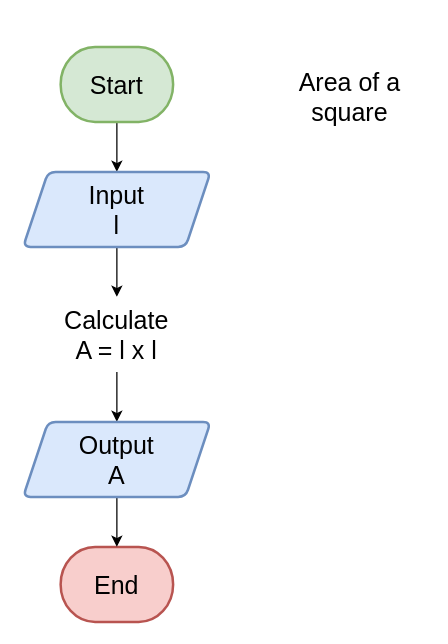
Above: docs/flowcharts/drawio_files/process/area_square.drawio in gmc-code/PC-algorithms (draw.io), before the change. Source tidied: cells renumbered, new cells numbered last; positions are measured from the earlier drawing's top-left corner, leaving out a move shared by most shapes. Both pictures are drawn from the tidied source at 125%, with x=0, y=0 at pixel (22, 21).
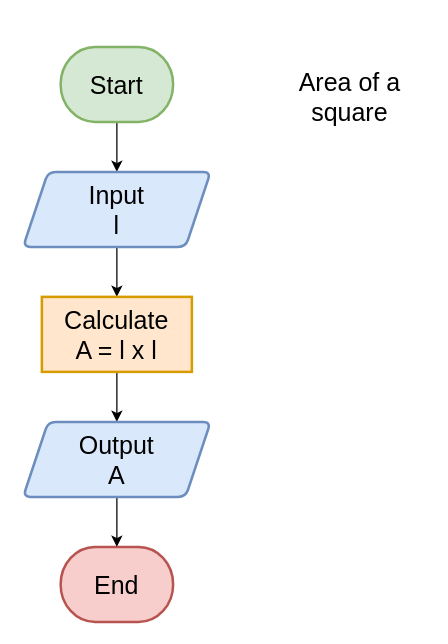
Above is the later version.

What changed in the source:
```diff
@@
 <mxGraphModel>
   <root>
     <mxCell id="0" />
     <mxCell id="1" parent="0" />
     <mxCell id="2" style="edgeStyle=orthogonalEdgeStyle;rounded=0;jettySize=auto;html=1;" parent="1" edge="1" source="3" target="7">
       <mxGeometry relative="1" as="geometry" />
     </mxCell>
     <mxCell id="3" value="&lt;font style=&quot;font-size: 20px;&quot;&gt;Start&lt;/font&gt;" style="strokeWidth=2;html=1;shape=mxgraph.flowchart.terminator;whiteSpace=wrap;fillColor=#d5e8d4;strokeColor=#82b366;" parent="1" vertex="1">
       <mxGeometry x="30" y="20" width="90" height="60" as="geometry" />
     </mxCell>
     <mxCell id="4" value="&lt;font style=&quot;font-size: 20px;&quot;&gt;End&lt;/font&gt;" style="strokeWidth=2;html=1;shape=mxgraph.flowchart.terminator;whiteSpace=wrap;fillColor=#f8cecc;strokeColor=#b85450;" parent="1" vertex="1">
       <mxGeometry x="30" y="420" width="90" height="60" as="geometry" />
     </mxCell>
     <mxCell id="5" value="&lt;div&gt;&lt;span style=&quot;font-size: 20px;&quot;&gt;Area of a&lt;br&gt;square&lt;/span&gt;&lt;/div&gt;" style="text;html=1;whiteSpace=wrap;strokeColor=none;fillColor=none;align=center;verticalAlign=middle;rounded=0;" parent="1" vertex="1">
       <mxGeometry x="200" width="123" height="120" as="geometry" />
     </mxCell>
     <mxCell id="6" style="edgeStyle=orthogonalEdgeStyle;rounded=0;jettySize=auto;html=1;" parent="1" edge="1" source="7" target="9">
       <mxGeometry relative="1" as="geometry" />
     </mxCell>
     <mxCell id="7" value="&lt;span style=&quot;font-size: 20px;&quot;&gt;Input&lt;/span&gt;&lt;br style=&quot;font-size: 20px;&quot;&gt;&lt;span style=&quot;font-size: 20px;&quot;&gt;l&lt;/span&gt;" style="shape=parallelogram;perimeter=parallelogramPerimeter;whiteSpace=wrap;html=1;fixedSize=1;rounded=1;strokeColor=#6c8ebf;strokeWidth=2;align=center;verticalAlign=middle;arcSize=12;fontFamily=Helvetica;fontSize=12;fontColor=default;fillColor=#dae8fc;" parent="1" vertex="1">
       <mxGeometry y="120" width="150" height="60" as="geometry" />
     </mxCell>
     <mxCell id="8" style="edgeStyle=orthogonalEdgeStyle;rounded=0;jettySize=auto;html=1;" parent="1" edge="1" source="9" target="11">
       <mxGeometry relative="1" as="geometry" />
     </mxCell>
-    <mxCell id="9" value="&lt;span style=&quot;font-size: 20px;&quot;&gt;Calculate &lt;br&gt;A = l x l&lt;/span&gt;" style="shape=label;whiteSpace=wrap;html=1;fixedSize=1;rounded=0;strokeWidth=2;align=center;verticalAlign=middle;arcSize=12;fontFamily=Helvetica;fontSize=12;strokeColor=none;" parent="1" vertex="1">
+    <mxCell id="9" value="&lt;span style=&quot;font-size: 20px;&quot;&gt;Calculate &lt;br&gt;A = l x l&lt;/span&gt;" style="shape=label;whiteSpace=wrap;html=1;fixedSize=1;rounded=0;strokeWidth=2;align=center;verticalAlign=middle;arcSize=12;fontFamily=Helvetica;fontSize=12;strokeColor=#d79b00;fillColor=#ffe6cc;" parent="1" vertex="1">
       <mxGeometry x="15" y="220" width="120" height="60" as="geometry" />
     </mxCell>
     <mxCell id="10" style="edgeStyle=orthogonalEdgeStyle;rounded=0;jettySize=auto;html=1;" parent="1" edge="1" source="11" target="4">
       <mxGeometry relative="1" as="geometry" />
     </mxCell>
     <mxCell id="11" value="&lt;span style=&quot;font-size: 20px;&quot;&gt;Output&lt;/span&gt;&lt;div&gt;&lt;span style=&quot;font-size: 20px;&quot;&gt;A&lt;/span&gt;&lt;/div&gt;" style="shape=parallelogram;perimeter=parallelogramPerimeter;whiteSpace=wrap;html=1;fixedSize=1;rounded=1;strokeColor=#6c8ebf;strokeWidth=2;align=center;verticalAlign=middle;arcSize=12;fontFamily=Helvetica;fontSize=12;fontColor=default;fillColor=#dae8fc;" parent="1" vertex="1">
       <mxGeometry y="320" width="150" height="60" as="geometry" />
     </mxCell>
   </root>
 </mxGraphModel>
```
